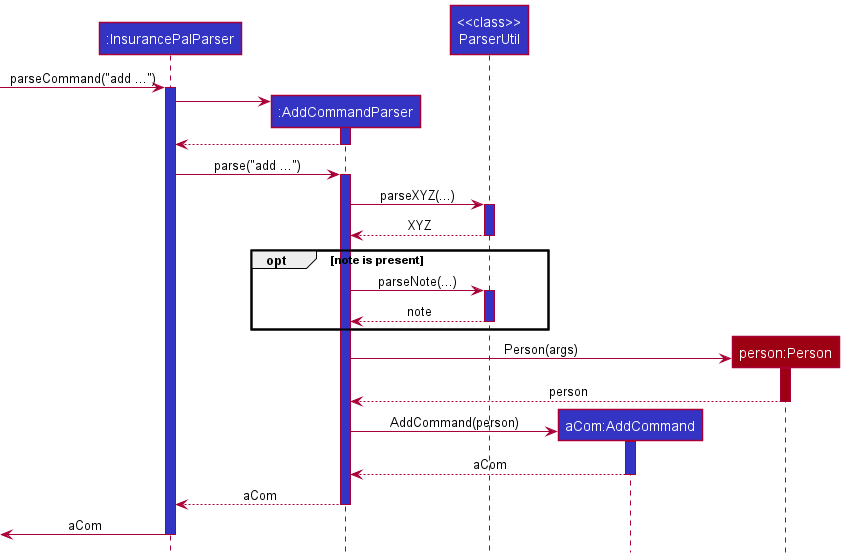
nus-cs2103-AY2122S1/tp keeps this PlantUML diagram as docs/images/AddCommandSequenceDiagram.png. Above is the earlier version.
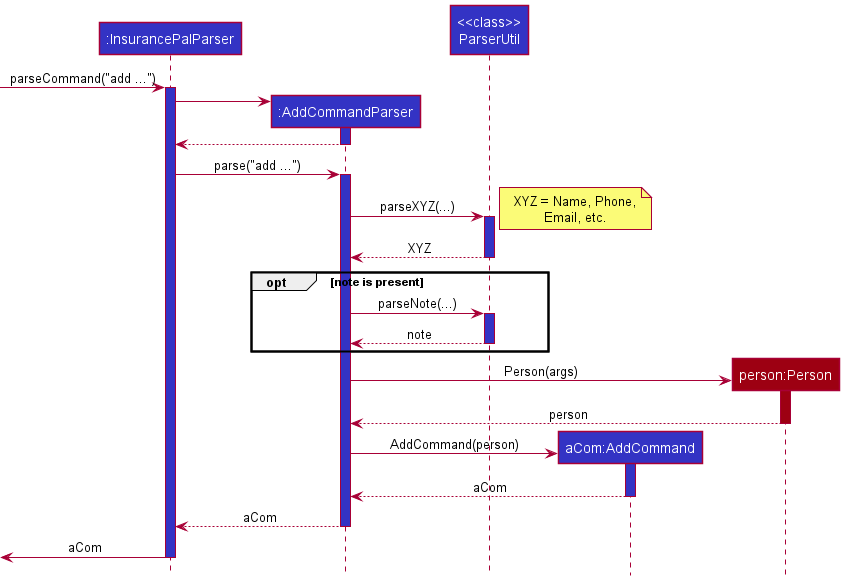
After the change.

Change to the diagram source:
```diff
@@ -16,6 +16,10 @@
 InsurancePalParser -> AddCommandParser : parse("add ...")
 activate AddCommandParser LOGIC_COLOR
 AddCommandParser -> ParserUtil : parseXYZ(...)
+note right
+XYZ = Name, Phone,
+Email, etc.
+end note
 activate ParserUtil LOGIC_COLOR
 return XYZ
 opt note is present
```
